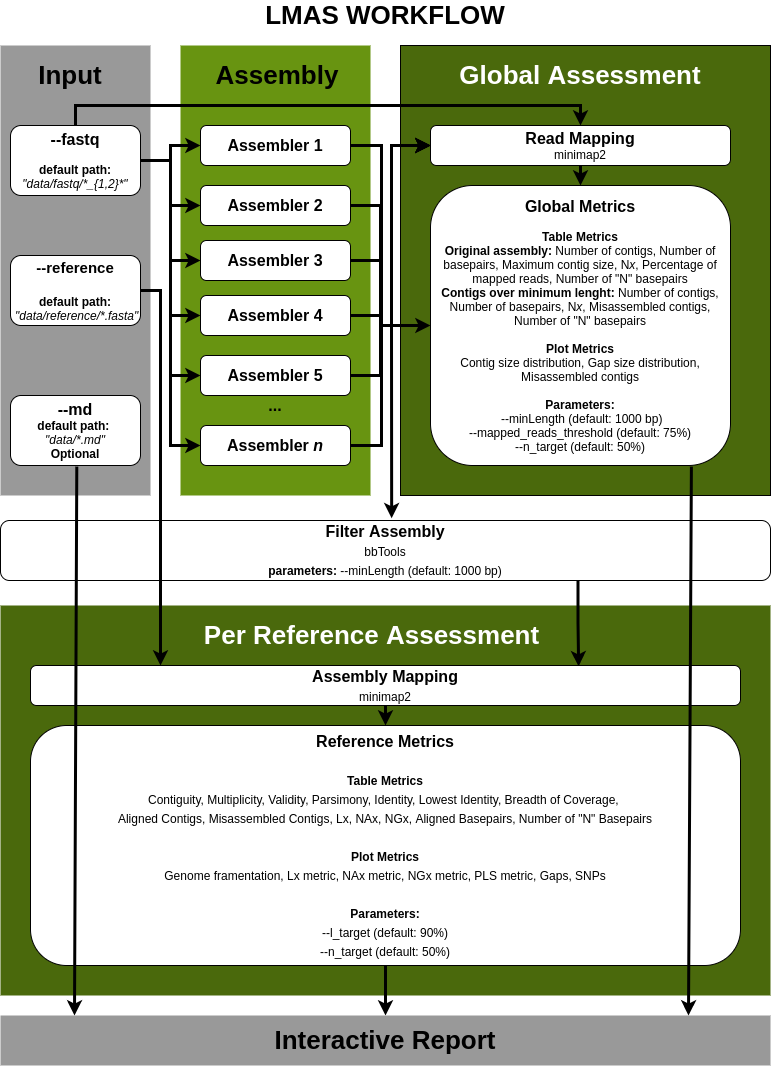
Above: docs/resources/LMAS_DIAGRAM_FULL.png in B-UMMI/LMAS (draw.io), before the change. Source tidied: cells renumbered, new cells last; positions are measured from the earlier drawing's top-left corner, leaving out a move shared by most shapes.
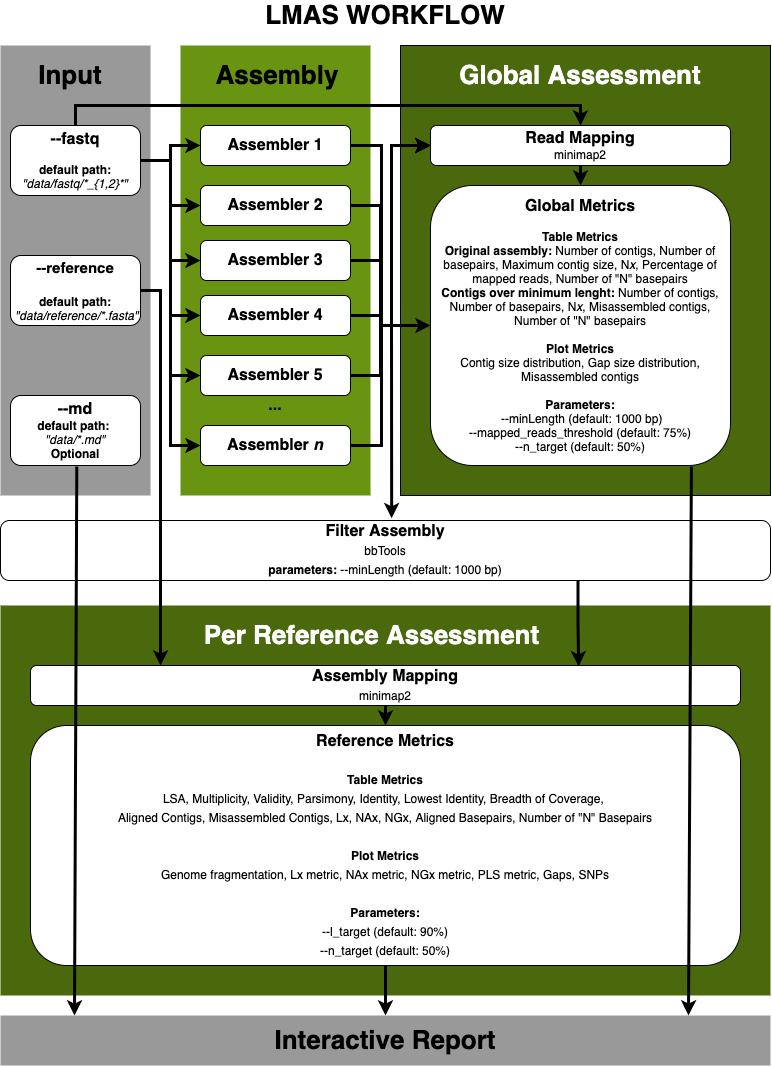
Later version of the same file.

Diff of the diagram source:
```diff
@@ -92,7 +92,7 @@
     <mxCell id="26" style="edgeStyle=orthogonalEdgeStyle;rounded=0;jettySize=auto;html=1;exitX=0.5;exitY=1;exitDx=0;exitDy=0;strokeWidth=3;fontSize=16;" parent="1" edge="1" source="27" target="40">
       <mxGeometry relative="1" as="geometry" />
     </mxCell>
-    <mxCell id="27" value="&lt;span style=&quot;font-weight: bold&quot;&gt;Reference Metrics&lt;br&gt;&lt;/span&gt;&lt;br&gt;&lt;font style=&quot;font-size: 12px&quot;&gt;&lt;b&gt;Table Metrics&lt;br&gt;&lt;/b&gt;&lt;/font&gt;&lt;span style=&quot;font-size: 12px&quot;&gt;Contiguity, Multiplicity, Validity, Parsimony, Identity, Lowest Identity, Breadth of Coverage, &lt;br&gt;Aligned Contigs, Misassembled Contigs, Lx, NAx, NGx, Aligned Basepairs, Number of &quot;N&quot; Basepairs&lt;br&gt;&lt;/span&gt;&lt;br&gt;&lt;span style=&quot;font-size: 12px&quot;&gt;&lt;b&gt;Plot Metrics&lt;/b&gt;&lt;br&gt;Genome framentation, Lx metric, NAx metric, NGx metric, PLS metric, Gaps, SNPs&lt;br&gt;&lt;br&gt;&lt;/span&gt;&lt;b style=&quot;font-size: 12px&quot;&gt;Parameters:&lt;br&gt;&lt;/b&gt;&lt;span style=&quot;font-size: 12px&quot;&gt;--l_target (default: 90%)&lt;/span&gt;&lt;b style=&quot;font-size: 12px&quot;&gt;&lt;br&gt;&lt;/b&gt;&lt;font style=&quot;font-size: 12px&quot;&gt;--n_target (default: 50%)&lt;br&gt;&lt;/font&gt;" style="rounded=1;whiteSpace=wrap;html=1;fontSize=16;" parent="1" vertex="1">
+    <mxCell id="27" value="&lt;span style=&quot;font-weight: bold&quot;&gt;Reference Metrics&lt;br&gt;&lt;/span&gt;&lt;br&gt;&lt;font style=&quot;font-size: 12px&quot;&gt;&lt;b&gt;Table Metrics&lt;br&gt;&lt;/b&gt;&lt;/font&gt;&lt;span style=&quot;font-size: 12px&quot;&gt;LSA, Multiplicity, Validity, Parsimony, Identity, Lowest Identity, Breadth of Coverage, &lt;br&gt;Aligned Contigs, Misassembled Contigs, Lx, NAx, NGx, Aligned Basepairs, Number of &quot;N&quot; Basepairs&lt;br&gt;&lt;/span&gt;&lt;br&gt;&lt;span style=&quot;font-size: 12px&quot;&gt;&lt;b&gt;Plot Metrics&lt;/b&gt;&lt;br&gt;Genome fragmentation, Lx metric, NAx metric, NGx metric, PLS metric, Gaps, SNPs&lt;br&gt;&lt;br&gt;&lt;/span&gt;&lt;b style=&quot;font-size: 12px&quot;&gt;Parameters:&lt;br&gt;&lt;/b&gt;&lt;span style=&quot;font-size: 12px&quot;&gt;--l_target (default: 90%)&lt;/span&gt;&lt;b style=&quot;font-size: 12px&quot;&gt;&lt;br&gt;&lt;/b&gt;&lt;font style=&quot;font-size: 12px&quot;&gt;--n_target (default: 50%)&lt;br&gt;&lt;/font&gt;" style="rounded=1;whiteSpace=wrap;html=1;fontSize=16;" parent="1" vertex="1">
       <mxGeometry x="30" y="720" width="710" height="240" as="geometry" />
     </mxCell>
     <mxCell id="28" style="edgeStyle=orthogonalEdgeStyle;rounded=0;jettySize=auto;html=1;exitX=0.5;exitY=1;exitDx=0;exitDy=0;entryX=0.5;entryY=0;entryDx=0;entryDy=0;fontSize=16;strokeWidth=3;" parent="1" edge="1" source="29" target="27">
```
